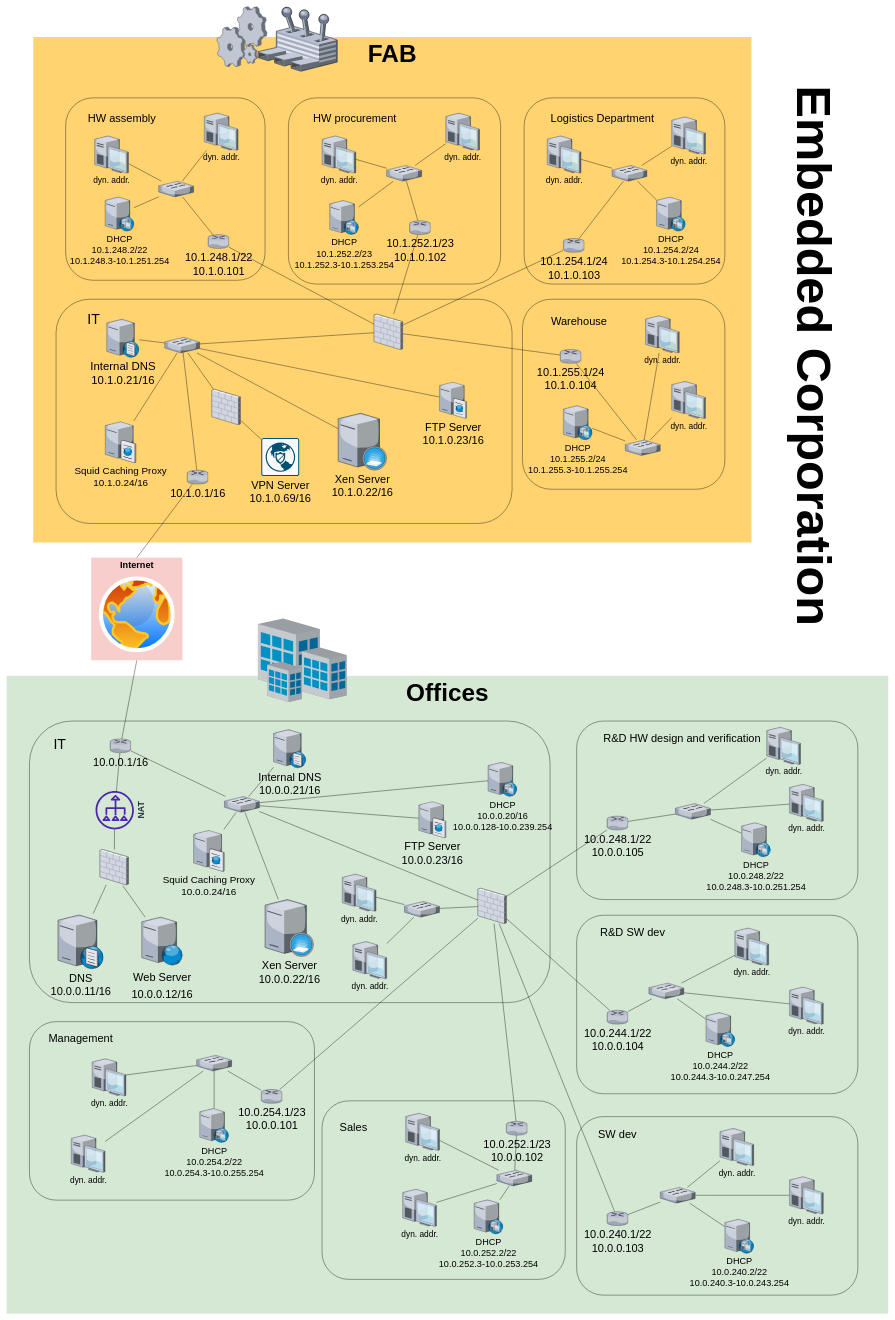
One-E2-Team/NII keeps this draw.io diagram as comm.drawio. Above is the earlier version. Source tidied: cells renumbered, new cells numbered last; positions are measured from the earlier drawing's top-left corner, leaving out a move shared by most shapes. Both pictures are drawn from the tidied source at 38%, with x=0, y=0 at pixel (6, 6).
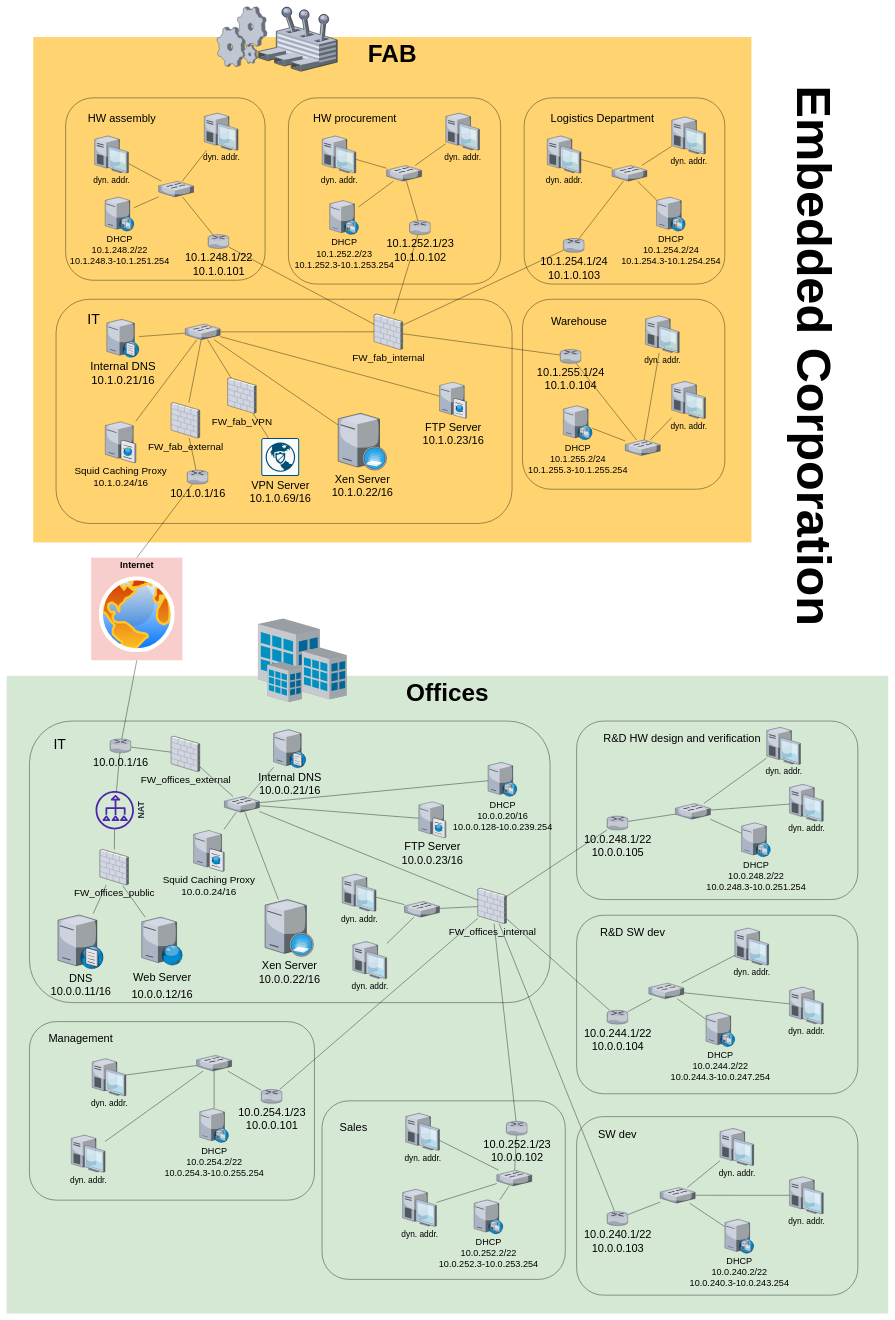
After the change.

Commit message:
adding and naming firewalls

The change refers to these unchanged cells:
```xml
<mxCell id="11" value="&lt;font style=&quot;font-size: 29px&quot;&gt;10.0.0.1/16&lt;/font&gt;" style="verticalLabelPosition=bottom;html=1;verticalAlign=top;strokeColor=none;shape=mxgraph.citrix.router;fillColor=#66B2FF;gradientColor=#0066CC;fontSize=14;" parent="1" vertex="1">
  <mxGeometry x="272" y="1927" width="55" height="36.5" as="geometry" />
</mxCell>
<mxCell id="28" style="verticalLabelPosition=bottom;sketch=0;html=1;verticalAlign=top;strokeColor=none;align=center;outlineConnect=0;shape=mxgraph.citrix.switch;fontSize=29;" parent="1" vertex="1">
  <mxGeometry x="573.1" y="2078.5" width="92" height="41.5" as="geometry" />
</mxCell>
<mxCell id="106" value="&lt;font style=&quot;font-size: 29px&quot;&gt;10.1.0.1/16&lt;/font&gt;" style="verticalLabelPosition=bottom;sketch=0;html=1;verticalAlign=top;strokeColor=none;align=center;outlineConnect=0;shape=mxgraph.citrix.router;fontSize=24;" parent="1" vertex="1">
  <mxGeometry x="475" y="1220" width="55" height="36.5" as="geometry" />
</mxCell>
```

What changed in the source:
```diff
@@
-    <mxCell id="10" style="edgeStyle=none;rounded=0;jettySize=auto;html=1;fontSize=23;endArrow=none;endFill=0;" parent="1" edge="1" source="11" target="28">
-      <mxGeometry relative="1" as="geometry" />
-    </mxCell>
@@
-    <mxCell id="20" style="verticalLabelPosition=bottom;sketch=0;html=1;verticalAlign=top;strokeColor=none;align=center;outlineConnect=0;shape=mxgraph.citrix.firewall;fontSize=26;fillColor=none;" parent="1" vertex="1">
+    <mxCell id="20" value="FW_offices_internal" style="verticalLabelPosition=bottom;sketch=0;html=1;verticalAlign=top;strokeColor=none;align=center;outlineConnect=0;shape=mxgraph.citrix.firewall;fontSize=26;fillColor=none;" parent="1" vertex="1">
       <mxGeometry x="1240" y="2320" width="75" height="93" as="geometry" />
     </mxCell>
@@
-    <mxCell id="31" style="verticalLabelPosition=bottom;html=1;verticalAlign=top;strokeColor=none;shape=mxgraph.citrix.firewall;fillColor=#66B2FF;gradientColor=#0066CC;fontSize=14;" parent="1" vertex="1">
+    <mxCell id="31" value="&lt;font style=&quot;font-size: 26px&quot;&gt;FW_offices_public&lt;/font&gt;" style="verticalLabelPosition=bottom;html=1;verticalAlign=top;strokeColor=none;shape=mxgraph.citrix.firewall;fillColor=#66B2FF;gradientColor=#0066CC;fontSize=14;" parent="1" vertex="1">
       <mxGeometry x="245.5" y="2218" width="75" height="93" as="geometry" />
     </mxCell>
@@
-    <mxCell id="104" style="edgeStyle=none;rounded=0;jettySize=auto;html=1;fontSize=24;endArrow=none;endFill=0;" parent="1" edge="1" source="106" target="110">
-      <mxGeometry relative="1" as="geometry" />
-    </mxCell>
@@
+    <mxCell id="171" style="rounded=0;jettySize=auto;html=1;endArrow=none;endFill=0;" parent="1" edge="1" source="106" target="173">
+      <mxGeometry relative="1" as="geometry" />
+    </mxCell>
@@
     <mxCell id="110" style="verticalLabelPosition=bottom;sketch=0;html=1;verticalAlign=top;strokeColor=none;align=center;outlineConnect=0;shape=mxgraph.citrix.switch;fontSize=29;" parent="1" vertex="1">
-      <mxGeometry x="416" y="869.8" width="92" height="41.5" as="geometry" />
+      <mxGeometry x="470" y="835" width="92" height="41.5" as="geometry" />
     </mxCell>
@@
-    <mxCell id="167" style="verticalLabelPosition=bottom;sketch=0;html=1;verticalAlign=top;strokeColor=none;align=center;outlineConnect=0;shape=mxgraph.citrix.firewall;fontSize=26;fillColor=none;" parent="1" vertex="1">
+    <mxCell id="167" value="FW_fab_internal" style="verticalLabelPosition=bottom;sketch=0;html=1;verticalAlign=top;strokeColor=none;align=center;outlineConnect=0;shape=mxgraph.citrix.firewall;fontSize=26;fillColor=none;" parent="1" vertex="1">
       <mxGeometry x="967" y="809.2" width="75" height="93" as="geometry" />
     </mxCell>
@@
-    <mxCell id="169" style="verticalLabelPosition=bottom;sketch=0;html=1;verticalAlign=top;strokeColor=none;align=center;outlineConnect=0;shape=mxgraph.citrix.firewall;fontSize=26;fillColor=none;" parent="1" vertex="1">
-      <mxGeometry x="540" y="1007" width="75" height="93" as="geometry" />
+    <mxCell id="169" value="FW_fab_VPN" style="verticalLabelPosition=bottom;sketch=0;html=1;verticalAlign=top;strokeColor=none;align=center;outlineConnect=0;shape=mxgraph.citrix.firewall;fontSize=26;fillColor=none;" parent="1" vertex="1">
+      <mxGeometry x="581.6" y="977" width="75" height="93" as="geometry" />
     </mxCell>
@@
+    <mxCell id="172" style="edgeStyle=none;rounded=0;jettySize=auto;html=1;endArrow=none;endFill=0;" parent="1" edge="1" source="173" target="110">
+      <mxGeometry relative="1" as="geometry" />
+    </mxCell>
+    <mxCell id="173" value="FW_fab_external" style="verticalLabelPosition=bottom;sketch=0;html=1;verticalAlign=top;strokeColor=none;align=center;outlineConnect=0;shape=mxgraph.citrix.firewall;fontSize=26;fillColor=none;" parent="1" vertex="1">
+      <mxGeometry x="433" y="1042" width="75" height="93" as="geometry" />
+    </mxCell>
+    <mxCell id="174" style="edgeStyle=none;rounded=0;jettySize=auto;html=1;endArrow=none;endFill=0;" parent="1" edge="1" source="176" target="11">
+      <mxGeometry relative="1" as="geometry" />
+    </mxCell>
+    <mxCell id="175" style="edgeStyle=none;rounded=0;jettySize=auto;html=1;endArrow=none;endFill=0;" parent="1" edge="1" source="176" target="28">
+      <mxGeometry relative="1" as="geometry" />
+    </mxCell>
+    <mxCell id="176" value="FW_offices_external" style="verticalLabelPosition=bottom;sketch=0;html=1;verticalAlign=top;strokeColor=none;align=center;outlineConnect=0;shape=mxgraph.citrix.firewall;fontSize=26;fillColor=none;" parent="1" vertex="1">
+      <mxGeometry x="433" y="1920" width="75" height="93" as="geometry" />
+    </mxCell>
```
